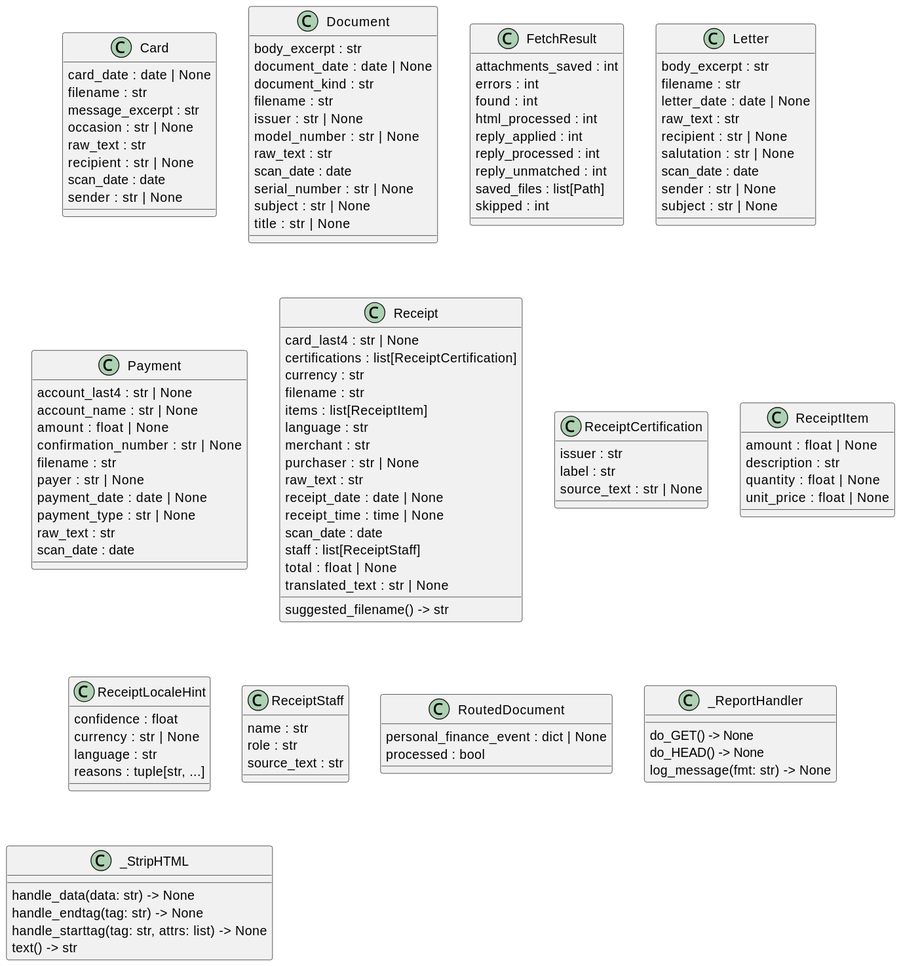
The PlantUML diagram docs/diagrams/python-classes.puml.svg in casonk/intake, before a commit.
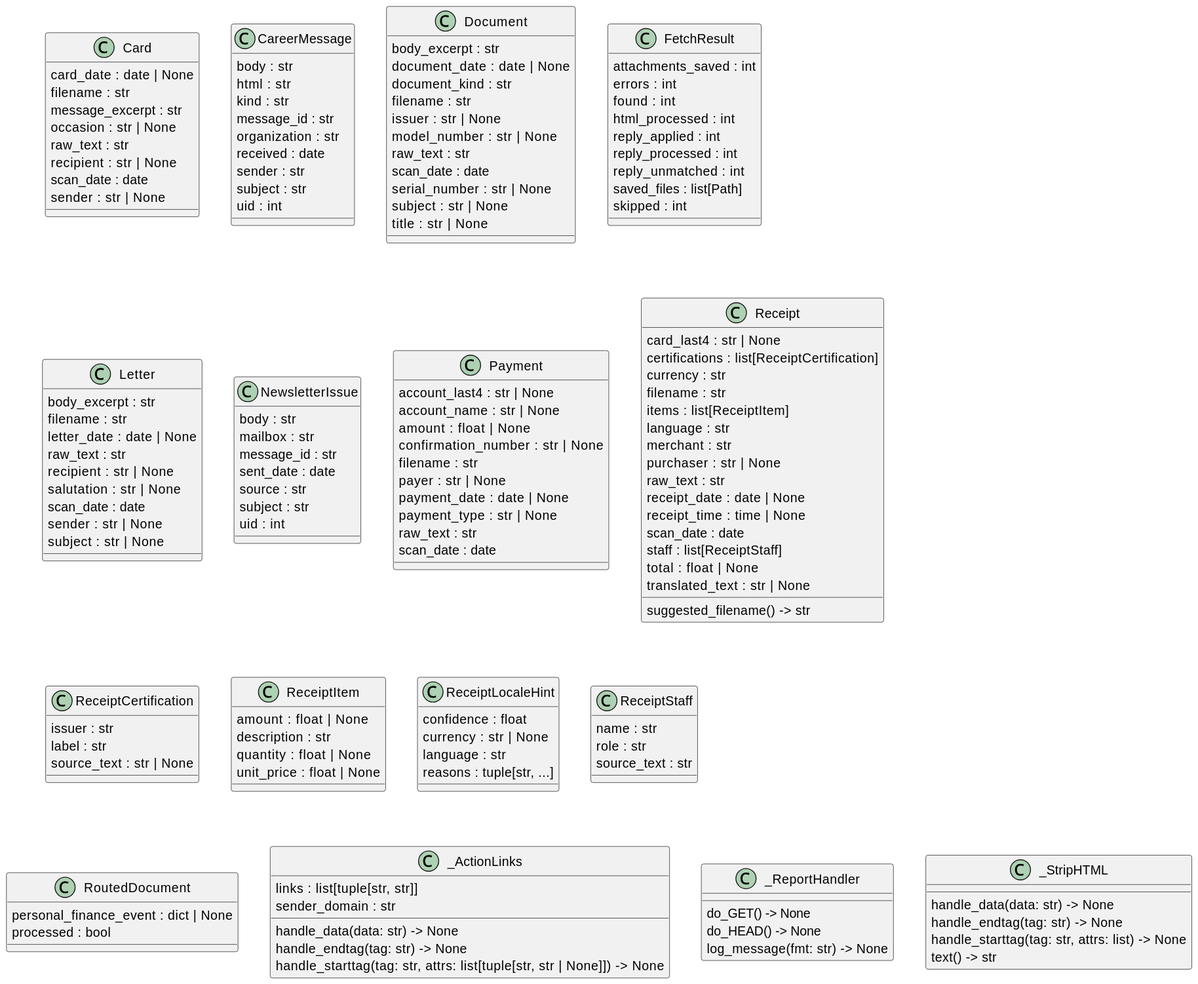
The same diagram one commit later.

What changed in the source:
```diff
@@ -9,6 +9,17 @@
   recipient : str | None
   scan_date : date
   sender : str | None
+}
+class "CareerMessage" as intake.career_email.CareerMessage {
+  body : str
+  html : str
+  kind : str
+  message_id : str
+  organization : str
+  received : date
+  sender : str
+  subject : str
+  uid : int
 }
 class "Document" as intake.parse_document.Document {
   body_excerpt : str
@@ -44,6 +55,15 @@
   scan_date : date
   sender : str | None
   subject : str | None
+}
+class "NewsletterIssue" as intake.newsletter.NewsletterIssue {
+  body : str
+  mailbox : str
+  message_id : str
+  sent_date : date
+  source : str
+  subject : str
+  uid : int
 }
 class "Payment" as intake.parse_payment.Payment {
   account_last4 : str | None
@@ -101,6 +121,13 @@
   personal_finance_event : dict | None
   processed : bool
 }
+class "_ActionLinks" as intake.career_email._ActionLinks {
+  links : list[tuple[str, str]]
+  sender_domain : str
+  handle_data(data: str) -> None
+  handle_endtag(tag: str) -> None
+  handle_starttag(tag: str, attrs: list[tuple[str, str | None]]) -> None
+}
 class "_ReportHandler" as intake.web._ReportHandler {
   do_GET() -> None
   do_HEAD() -> None
```
